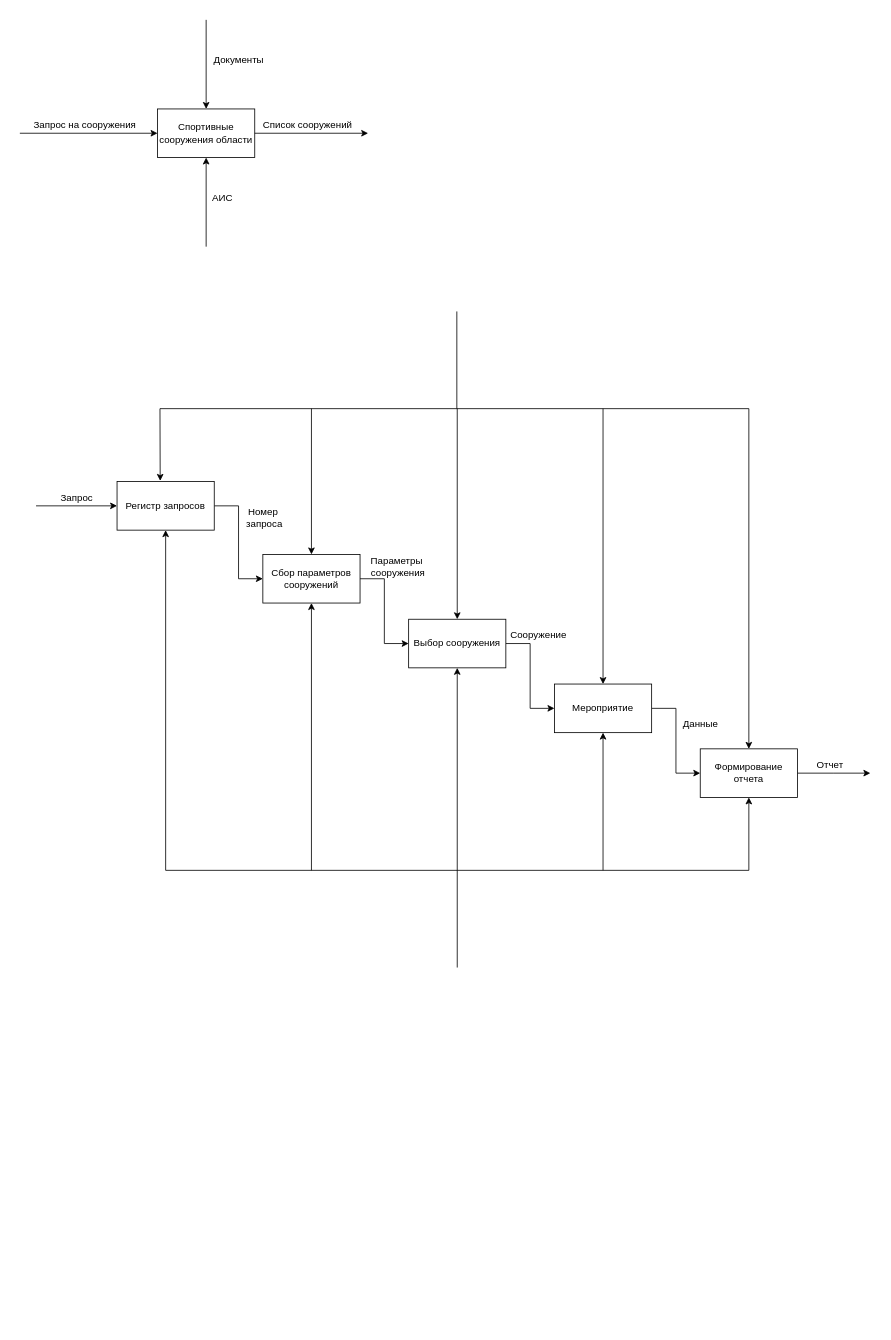
This is Untitled Diagram.drawio from RGNGIT/DBStructCourse, a draw.io file, before an edit. Source tidied: cells renumbered, new cells numbered last; positions are measured from the earlier drawing's top-left corner, leaving out a move shared by most shapes. Both pictures are drawn from the tidied source at 81%, with x=0, y=0 at pixel (19, 19).
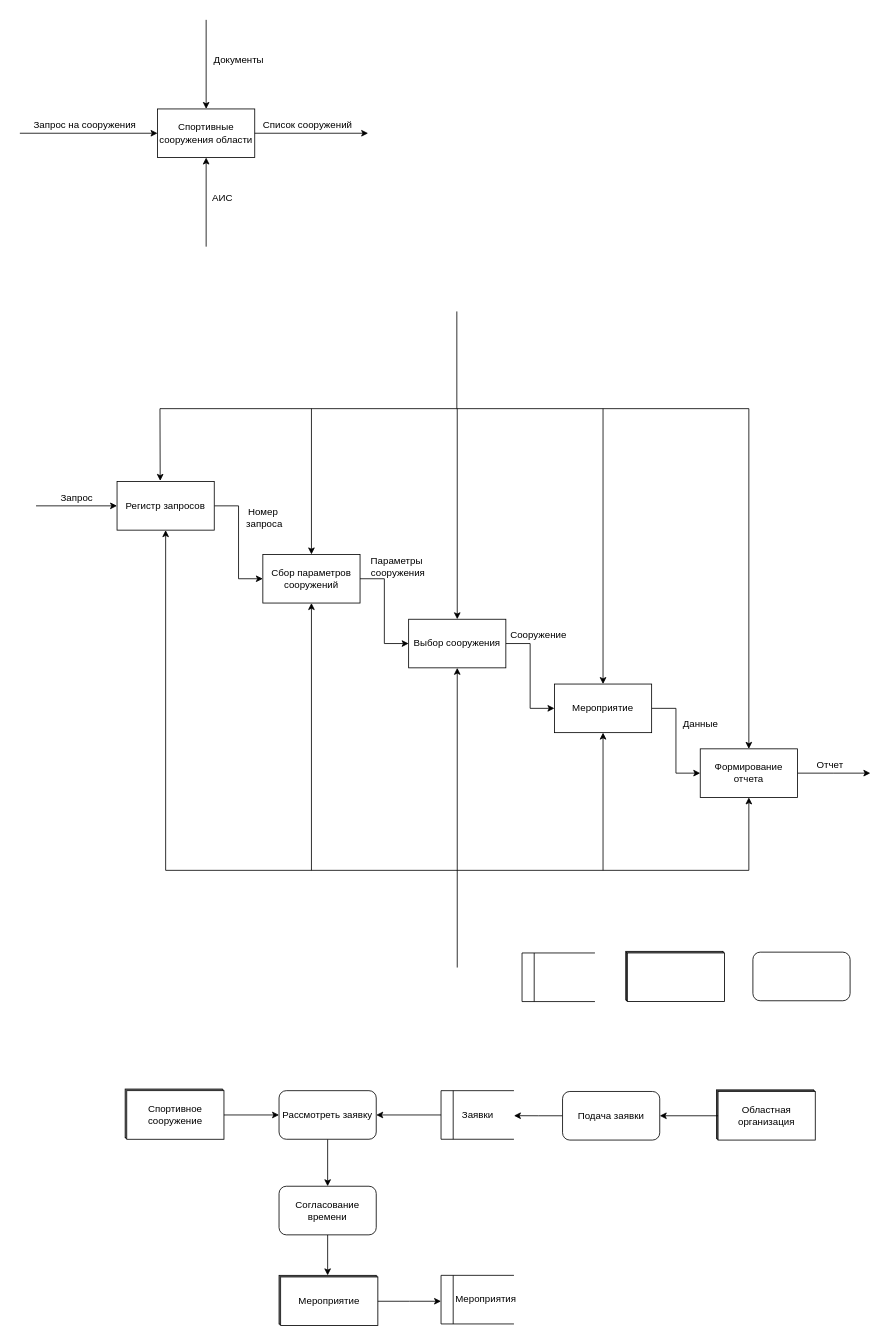
The same diagram, later.

Diff of the diagram source:
```diff
@@
+    <mxCell id="42" style="edgeStyle=orthogonalEdgeStyle;rounded=0;jettySize=auto;html=1;exitX=0;exitY=0.5;exitDx=0;exitDy=0;" parent="1" edge="1" source="43">
+      <mxGeometry relative="1" as="geometry">
+        <mxPoint x="610" y="1352.9" as="targetPoint" />
+      </mxGeometry>
+    </mxCell>
+    <mxCell id="43" value="Подача заявки" style="rounded=1;whiteSpace=wrap;html=1;" parent="1" vertex="1">
+      <mxGeometry x="670" y="1323" width="120" height="60" as="geometry" />
+    </mxCell>
+    <mxCell id="44" style="group;" parent="1" vertex="1">
+      <mxGeometry x="748" y="1150" width="122" height="62" as="geometry" />
+    </mxCell>
+    <mxCell id="45" style="rounded=0;whiteSpace=wrap;html=1;" parent="44" vertex="1">
+      <mxGeometry width="120" height="60" as="geometry" />
+    </mxCell>
+    <mxCell id="46" style="rounded=0;whiteSpace=wrap;html=1;" parent="44" vertex="1">
+      <mxGeometry x="1" y="1" width="120" height="60" as="geometry" />
+    </mxCell>
+    <mxCell id="47" style="rounded=0;whiteSpace=wrap;html=1;" parent="44" vertex="1">
+      <mxGeometry x="2" y="2" width="120" height="60" as="geometry" />
+    </mxCell>
+    <mxCell id="48" style="group;" parent="1" vertex="1">
+      <mxGeometry x="620" y="1152" width="90" height="60" as="geometry" />
+    </mxCell>
+    <mxCell id="49" style="endArrow=none;html=1;" parent="48" edge="1">
+      <mxGeometry as="geometry">
+        <mxPoint y="60" as="sourcePoint" />
+        <mxPoint as="targetPoint" />
+      </mxGeometry>
+    </mxCell>
+    <mxCell id="50" style="endArrow=none;html=1;" parent="48" edge="1">
+      <mxGeometry x="5" as="geometry">
+        <mxPoint x="15" y="60" as="sourcePoint" />
+        <mxPoint x="15" as="targetPoint" />
+      </mxGeometry>
+    </mxCell>
+    <mxCell id="51" style="endArrow=none;html=1;" parent="48" edge="1">
+      <mxGeometry as="geometry">
+        <mxPoint as="sourcePoint" />
+        <mxPoint x="90" as="targetPoint" />
+      </mxGeometry>
+    </mxCell>
+    <mxCell id="52" style="endArrow=none;html=1;" parent="48" edge="1">
+      <mxGeometry as="geometry">
+        <mxPoint y="60" as="sourcePoint" />
+        <mxPoint x="90" y="60" as="targetPoint" />
+      </mxGeometry>
+    </mxCell>
+    <mxCell id="53" style="group;" parent="1" vertex="1">
+      <mxGeometry x="130" y="1320" width="122" height="62" as="geometry" />
+    </mxCell>
+    <mxCell id="54" style="rounded=0;whiteSpace=wrap;html=1;" parent="53" vertex="1">
+      <mxGeometry width="120" height="60" as="geometry" />
+    </mxCell>
+    <mxCell id="55" style="rounded=0;whiteSpace=wrap;html=1;" parent="53" vertex="1">
+      <mxGeometry x="1" y="1" width="120" height="60" as="geometry" />
+    </mxCell>
+    <mxCell id="56" value="Спортивное сооружение" style="rounded=0;whiteSpace=wrap;html=1;" parent="53" vertex="1">
+      <mxGeometry x="2" y="2" width="120" height="60" as="geometry" />
+    </mxCell>
+    <mxCell id="57" style="group;" parent="1" vertex="1">
+      <mxGeometry x="320" y="1550" width="122" height="62" as="geometry" />
+    </mxCell>
+    <mxCell id="58" style="rounded=0;whiteSpace=wrap;html=1;" parent="57" vertex="1">
+      <mxGeometry width="120" height="60" as="geometry" />
+    </mxCell>
+    <mxCell id="59" style="rounded=0;whiteSpace=wrap;html=1;" parent="57" vertex="1">
+      <mxGeometry x="1" y="1" width="120" height="60" as="geometry" />
+    </mxCell>
+    <mxCell id="60" value="Мероприятие" style="rounded=0;whiteSpace=wrap;html=1;" parent="57" vertex="1">
+      <mxGeometry x="2" y="2" width="120" height="60" as="geometry" />
+    </mxCell>
+    <mxCell id="61" style="group;" parent="1" vertex="1">
+      <mxGeometry x="860" y="1321" width="122" height="62" as="geometry" />
+    </mxCell>
+    <mxCell id="62" style="rounded=0;whiteSpace=wrap;html=1;" parent="61" vertex="1">
+      <mxGeometry width="120" height="60" as="geometry" />
+    </mxCell>
+    <mxCell id="63" style="rounded=0;whiteSpace=wrap;html=1;" parent="61" vertex="1">
+      <mxGeometry x="1" y="1" width="120" height="60" as="geometry" />
+    </mxCell>
+    <mxCell id="64" value="Областная организация" style="rounded=0;whiteSpace=wrap;html=1;" parent="61" vertex="1">
+      <mxGeometry x="2" y="2" width="120" height="60" as="geometry" />
+    </mxCell>
+    <mxCell id="65" style="edgeStyle=orthogonalEdgeStyle;rounded=0;jettySize=auto;html=1;" parent="1" edge="1" source="64" target="43">
+      <mxGeometry relative="1" as="geometry" />
+    </mxCell>
+    <mxCell id="66" style="edgeStyle=orthogonalEdgeStyle;rounded=0;jettySize=auto;html=1;" parent="1" edge="1" source="67" target="77">
+      <mxGeometry relative="1" as="geometry" />
+    </mxCell>
+    <mxCell id="67" value="Рассмотреть заявку" style="rounded=1;whiteSpace=wrap;html=1;" parent="1" vertex="1">
+      <mxGeometry x="320" y="1322" width="120" height="60" as="geometry" />
+    </mxCell>
+    <mxCell id="68" style="group;" parent="1" vertex="1">
+      <mxGeometry x="520" y="1322" width="90" height="60" as="geometry" />
+    </mxCell>
+    <mxCell id="69" style="endArrow=none;html=1;" parent="68" edge="1">
+      <mxGeometry as="geometry">
+        <mxPoint y="60" as="sourcePoint" />
+        <mxPoint as="targetPoint" />
+      </mxGeometry>
+    </mxCell>
+    <mxCell id="70" style="endArrow=none;html=1;" parent="68" edge="1">
+      <mxGeometry x="5" as="geometry">
+        <mxPoint x="15" y="60" as="sourcePoint" />
+        <mxPoint x="15" as="targetPoint" />
+      </mxGeometry>
+    </mxCell>
+    <mxCell id="71" style="endArrow=none;html=1;" parent="68" edge="1">
+      <mxGeometry as="geometry">
+        <mxPoint as="sourcePoint" />
+        <mxPoint x="90" as="targetPoint" />
+      </mxGeometry>
+    </mxCell>
+    <mxCell id="72" style="endArrow=none;html=1;" parent="68" edge="1">
+      <mxGeometry as="geometry">
+        <mxPoint y="60" as="sourcePoint" />
+        <mxPoint x="90" y="60" as="targetPoint" />
+      </mxGeometry>
+    </mxCell>
+    <mxCell id="73" value="Заявки" style="text;html=1;align=center;verticalAlign=middle;strokeColor=none;" parent="68" vertex="1">
+      <mxGeometry x="20" y="20" width="50" height="20" as="geometry" />
+    </mxCell>
+    <mxCell id="74" style="edgeStyle=orthogonalEdgeStyle;rounded=0;jettySize=auto;html=1;exitX=1;exitY=0.5;exitDx=0;exitDy=0;entryX=0;entryY=0.5;entryDx=0;entryDy=0;" parent="1" edge="1" source="56" target="67">
+      <mxGeometry relative="1" as="geometry" />
+    </mxCell>
+    <mxCell id="75" style="endArrow=classic;html=1;entryX=1;entryY=0.5;entryDx=0;entryDy=0;" parent="1" edge="1" target="67">
+      <mxGeometry relative="1" as="geometry">
+        <mxPoint x="520" y="1352" as="sourcePoint" />
+      </mxGeometry>
+    </mxCell>
+    <mxCell id="76" style="edgeStyle=orthogonalEdgeStyle;rounded=0;jettySize=auto;html=1;entryX=0.5;entryY=0;entryDx=0;entryDy=0;" parent="1" edge="1" source="77" target="58">
+      <mxGeometry relative="1" as="geometry" />
+    </mxCell>
+    <mxCell id="77" value="Согласование времени" style="rounded=1;whiteSpace=wrap;html=1;" parent="1" vertex="1">
+      <mxGeometry x="320" y="1440" width="120" height="60" as="geometry" />
+    </mxCell>
+    <mxCell id="78" style="group;" parent="1" vertex="1">
+      <mxGeometry x="520" y="1550" width="90" height="60" as="geometry" />
+    </mxCell>
+    <mxCell id="79" style="endArrow=none;html=1;" parent="78" edge="1">
+      <mxGeometry as="geometry">
+        <mxPoint y="60" as="sourcePoint" />
+        <mxPoint as="targetPoint" />
+      </mxGeometry>
+    </mxCell>
+    <mxCell id="80" style="endArrow=none;html=1;" parent="78" edge="1">
+      <mxGeometry x="5" as="geometry">
+        <mxPoint x="15" y="60" as="sourcePoint" />
+        <mxPoint x="15" as="targetPoint" />
+      </mxGeometry>
+    </mxCell>
+    <mxCell id="81" style="endArrow=none;html=1;" parent="78" edge="1">
+      <mxGeometry as="geometry">
+        <mxPoint as="sourcePoint" />
+        <mxPoint x="90" as="targetPoint" />
+      </mxGeometry>
+    </mxCell>
+    <mxCell id="82" style="endArrow=none;html=1;" parent="78" edge="1">
+      <mxGeometry as="geometry">
+        <mxPoint y="60" as="sourcePoint" />
+        <mxPoint x="90" y="60" as="targetPoint" />
+      </mxGeometry>
+    </mxCell>
+    <mxCell id="83" value="Мероприятия" style="text;html=1;align=center;verticalAlign=middle;strokeColor=none;" parent="78" vertex="1">
+      <mxGeometry x="10" y="20" width="90" height="20" as="geometry" />
+    </mxCell>
+    <mxCell id="84" style="edgeStyle=orthogonalEdgeStyle;rounded=0;jettySize=auto;html=1;" parent="1" edge="1" source="60">
+      <mxGeometry relative="1" as="geometry">
+        <mxPoint x="520" y="1582" as="targetPoint" />
+      </mxGeometry>
+    </mxCell>
+    <mxCell id="85" style="rounded=1;whiteSpace=wrap;html=1;" parent="1" vertex="1">
+      <mxGeometry x="905" y="1151" width="120" height="60" as="geometry" />
+    </mxCell>
```
